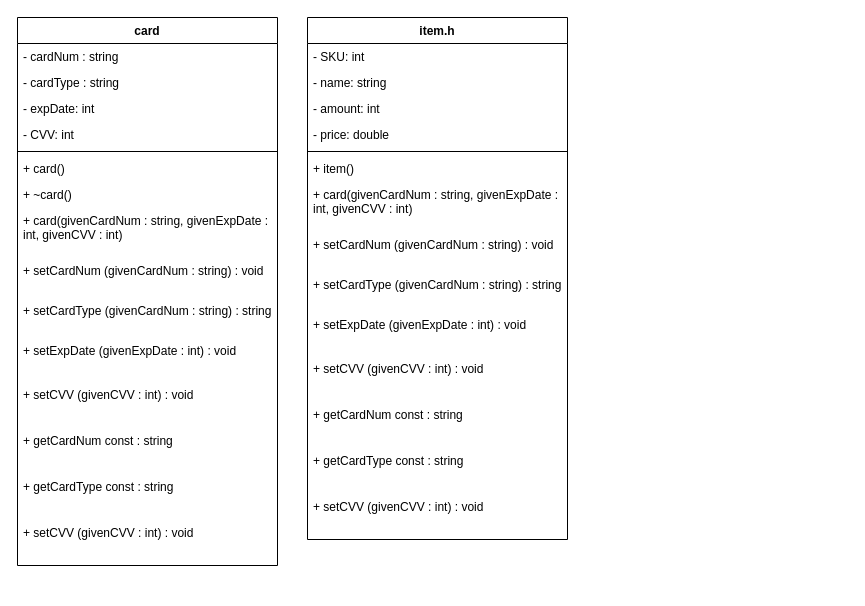
This is uml/main.drawio from evanvnguyen/ReceiptGenerator, a draw.io file, before an edit. Source tidied: cells renumbered, new cells numbered last; positions are measured from the earlier drawing's top-left corner, leaving out a move shared by most shapes. Both pictures are drawn from the tidied source at 100%, with x=0, y=0 at pixel (17, 17).
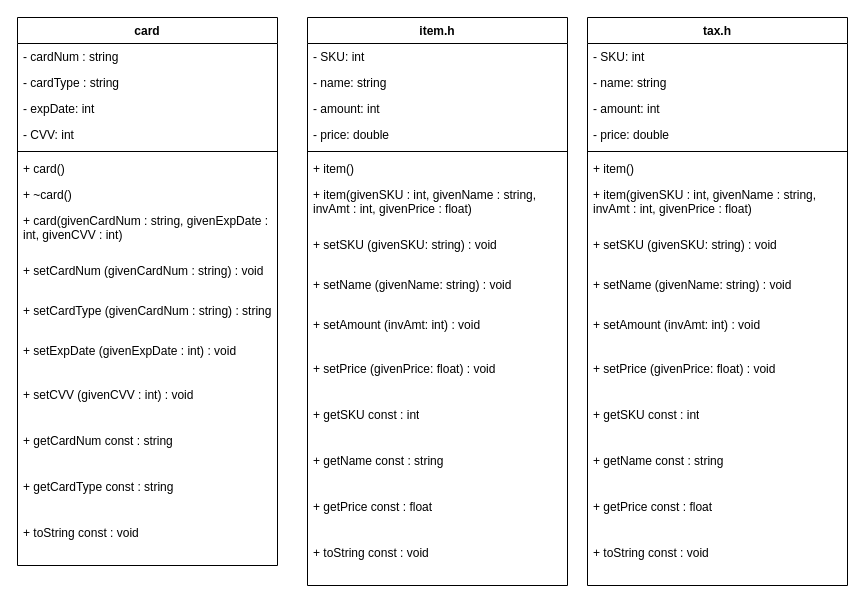
The same diagram, later.

The change refers to these unchanged cells:
```xml
<mxCell id="2" value="card" style="swimlane;fontStyle=1;align=center;verticalAlign=top;horizontal=1;startSize=26;" parent="1" vertex="1">
  <mxGeometry width="260" height="548" as="geometry" />
</mxCell>
```

Diff of the diagram source:
```diff
@@
-    <mxCell id="17" value="+ setCVV (givenCVV : int) : void" style="text;strokeColor=none;fillColor=none;align=left;verticalAlign=top;spacingLeft=4;spacingRight=4;overflow=hidden;whiteSpace=wrap;" parent="2" vertex="1">
+    <mxCell id="17" value="+ toString const : void" style="text;strokeColor=none;fillColor=none;align=left;verticalAlign=top;spacingLeft=4;spacingRight=4;overflow=hidden;whiteSpace=wrap;" parent="2" vertex="1">
       <mxGeometry y="502" width="260" height="46" as="geometry" />
     </mxCell>
     <mxCell id="18" value="item.h" style="swimlane;fontStyle=1;align=center;verticalAlign=top;horizontal=1;startSize=26;" parent="1" vertex="1">
-      <mxGeometry x="290" width="260" height="522" as="geometry" />
+      <mxGeometry x="290" width="260" height="568" as="geometry" />
     </mxCell>
@@
-    <mxCell id="25" value="+ card(givenCardNum : string, givenExpDate : int, givenCVV : int)" style="text;strokeColor=none;fillColor=none;align=left;verticalAlign=top;spacingLeft=4;spacingRight=4;overflow=hidden;whiteSpace=wrap;" parent="18" vertex="1">
+    <mxCell id="25" value="+ item(givenSKU : int, givenName : string, invAmt : int, givenPrice : float)" style="text;strokeColor=none;fillColor=none;align=left;verticalAlign=top;spacingLeft=4;spacingRight=4;overflow=hidden;whiteSpace=wrap;" parent="18" vertex="1">
       <mxGeometry y="164" width="260" height="50" as="geometry" />
     </mxCell>
-    <mxCell id="26" value="+ setCardNum (givenCardNum : string) : void" style="text;strokeColor=none;fillColor=none;align=left;verticalAlign=top;spacingLeft=4;spacingRight=4;overflow=hidden;whiteSpace=wrap;" parent="18" vertex="1">
+    <mxCell id="26" value="+ setSKU (givenSKU: string) : void" style="text;strokeColor=none;fillColor=none;align=left;verticalAlign=top;spacingLeft=4;spacingRight=4;overflow=hidden;whiteSpace=wrap;" parent="18" vertex="1">
       <mxGeometry y="214" width="260" height="40" as="geometry" />
     </mxCell>
-    <mxCell id="27" value="+ setCardType (givenCardNum : string) : string" style="text;strokeColor=none;fillColor=none;align=left;verticalAlign=top;spacingLeft=4;spacingRight=4;overflow=hidden;whiteSpace=wrap;" parent="18" vertex="1">
+    <mxCell id="27" value="+ setName (givenName: string) : void" style="text;strokeColor=none;fillColor=none;align=left;verticalAlign=top;spacingLeft=4;spacingRight=4;overflow=hidden;whiteSpace=wrap;" parent="18" vertex="1">
       <mxGeometry y="254" width="260" height="40" as="geometry" />
     </mxCell>
-    <mxCell id="28" value="+ setExpDate (givenExpDate : int) : void" style="text;strokeColor=none;fillColor=none;align=left;verticalAlign=top;spacingLeft=4;spacingRight=4;overflow=hidden;whiteSpace=wrap;" parent="18" vertex="1">
+    <mxCell id="28" value="+ setAmount (invAmt: int) : void" style="text;strokeColor=none;fillColor=none;align=left;verticalAlign=top;spacingLeft=4;spacingRight=4;overflow=hidden;whiteSpace=wrap;" parent="18" vertex="1">
       <mxGeometry y="294" width="260" height="44" as="geometry" />
     </mxCell>
-    <mxCell id="29" value="+ setCVV (givenCVV : int) : void" style="text;strokeColor=none;fillColor=none;align=left;verticalAlign=top;spacingLeft=4;spacingRight=4;overflow=hidden;whiteSpace=wrap;" parent="18" vertex="1">
+    <mxCell id="29" value="+ setPrice (givenPrice: float) : void" style="text;strokeColor=none;fillColor=none;align=left;verticalAlign=top;spacingLeft=4;spacingRight=4;overflow=hidden;whiteSpace=wrap;" parent="18" vertex="1">
       <mxGeometry y="338" width="260" height="46" as="geometry" />
     </mxCell>
-    <mxCell id="30" value="+ getCardNum const : string" style="text;strokeColor=none;fillColor=none;align=left;verticalAlign=top;spacingLeft=4;spacingRight=4;overflow=hidden;whiteSpace=wrap;" parent="18" vertex="1">
+    <mxCell id="30" value="+ getSKU const : int" style="text;strokeColor=none;fillColor=none;align=left;verticalAlign=top;spacingLeft=4;spacingRight=4;overflow=hidden;whiteSpace=wrap;" parent="18" vertex="1">
       <mxGeometry y="384" width="260" height="46" as="geometry" />
     </mxCell>
-    <mxCell id="31" value="+ getCardType const : string" style="text;strokeColor=none;fillColor=none;align=left;verticalAlign=top;spacingLeft=4;spacingRight=4;overflow=hidden;whiteSpace=wrap;" parent="18" vertex="1">
+    <mxCell id="31" value="+ getName const : string" style="text;strokeColor=none;fillColor=none;align=left;verticalAlign=top;spacingLeft=4;spacingRight=4;overflow=hidden;whiteSpace=wrap;" parent="18" vertex="1">
       <mxGeometry y="430" width="260" height="46" as="geometry" />
     </mxCell>
+    <mxCell id="33" value="+ getPrice const : float" style="text;strokeColor=none;fillColor=none;align=left;verticalAlign=top;spacingLeft=4;spacingRight=4;overflow=hidden;whiteSpace=wrap;" parent="18" vertex="1">
+      <mxGeometry y="476" width="260" height="46" as="geometry" />
+    </mxCell>
-    <mxCell id="32" value="+ setCVV (givenCVV : int) : void" style="text;strokeColor=none;fillColor=none;align=left;verticalAlign=top;spacingLeft=4;spacingRight=4;overflow=hidden;whiteSpace=wrap;" parent="18" vertex="1">
-      <mxGeometry y="476" width="260" height="46" as="geometry" />
+    <mxCell id="32" value="+ toString const : void" style="text;strokeColor=none;fillColor=none;align=left;verticalAlign=top;spacingLeft=4;spacingRight=4;overflow=hidden;whiteSpace=wrap;" parent="18" vertex="1">
+      <mxGeometry y="522" width="260" height="46" as="geometry" />
     </mxCell>
+    <mxCell id="34" value="tax.h" style="swimlane;fontStyle=1;align=center;verticalAlign=top;horizontal=1;startSize=26;" parent="1" vertex="1">
+      <mxGeometry x="570" width="260" height="568" as="geometry" />
+    </mxCell>
+    <mxCell id="35" value="- SKU: int" style="text;strokeColor=none;fillColor=none;align=left;verticalAlign=top;spacingLeft=4;spacingRight=4;overflow=hidden;" parent="34" vertex="1">
+      <mxGeometry y="26" width="260" height="26" as="geometry" />
+    </mxCell>
+    <mxCell id="36" value="- name: string" style="text;strokeColor=none;fillColor=none;align=left;verticalAlign=top;spacingLeft=4;spacingRight=4;overflow=hidden;" parent="34" vertex="1">
+      <mxGeometry y="52" width="260" height="26" as="geometry" />
+    </mxCell>
+    <mxCell id="37" value="- amount: int" style="text;strokeColor=none;fillColor=none;align=left;verticalAlign=top;spacingLeft=4;spacingRight=4;overflow=hidden;" parent="34" vertex="1">
+      <mxGeometry y="78" width="260" height="26" as="geometry" />
+    </mxCell>
+    <mxCell id="38" value="- price: double" style="text;strokeColor=none;fillColor=none;align=left;verticalAlign=top;spacingLeft=4;spacingRight=4;overflow=hidden;" parent="34" vertex="1">
+      <mxGeometry y="104" width="260" height="26" as="geometry" />
+    </mxCell>
+    <mxCell id="39" style="line;strokeWidth=1;fillColor=none;align=left;verticalAlign=middle;spacingTop=-1;spacingLeft=3;spacingRight=3;labelPosition=right;" parent="34" vertex="1">
+      <mxGeometry y="130" width="260" height="8" as="geometry" />
+    </mxCell>
+    <mxCell id="40" value="+ item()" style="text;strokeColor=none;fillColor=none;align=left;verticalAlign=top;spacingLeft=4;spacingRight=4;overflow=hidden;" parent="34" vertex="1">
+      <mxGeometry y="138" width="260" height="26" as="geometry" />
+    </mxCell>
+    <mxCell id="41" value="+ item(givenSKU : int, givenName : string, invAmt : int, givenPrice : float)" style="text;strokeColor=none;fillColor=none;align=left;verticalAlign=top;spacingLeft=4;spacingRight=4;overflow=hidden;whiteSpace=wrap;" parent="34" vertex="1">
+      <mxGeometry y="164" width="260" height="50" as="geometry" />
+    </mxCell>
+    <mxCell id="42" value="+ setSKU (givenSKU: string) : void" style="text;strokeColor=none;fillColor=none;align=left;verticalAlign=top;spacingLeft=4;spacingRight=4;overflow=hidden;whiteSpace=wrap;" parent="34" vertex="1">
+      <mxGeometry y="214" width="260" height="40" as="geometry" />
+    </mxCell>
+    <mxCell id="43" value="+ setName (givenName: string) : void" style="text;strokeColor=none;fillColor=none;align=left;verticalAlign=top;spacingLeft=4;spacingRight=4;overflow=hidden;whiteSpace=wrap;" parent="34" vertex="1">
+      <mxGeometry y="254" width="260" height="40" as="geometry" />
+    </mxCell>
+    <mxCell id="44" value="+ setAmount (invAmt: int) : void" style="text;strokeColor=none;fillColor=none;align=left;verticalAlign=top;spacingLeft=4;spacingRight=4;overflow=hidden;whiteSpace=wrap;" parent="34" vertex="1">
+      <mxGeometry y="294" width="260" height="44" as="geometry" />
+    </mxCell>
+    <mxCell id="45" value="+ setPrice (givenPrice: float) : void" style="text;strokeColor=none;fillColor=none;align=left;verticalAlign=top;spacingLeft=4;spacingRight=4;overflow=hidden;whiteSpace=wrap;" parent="34" vertex="1">
+      <mxGeometry y="338" width="260" height="46" as="geometry" />
+    </mxCell>
+    <mxCell id="46" value="+ getSKU const : int" style="text;strokeColor=none;fillColor=none;align=left;verticalAlign=top;spacingLeft=4;spacingRight=4;overflow=hidden;whiteSpace=wrap;" parent="34" vertex="1">
+      <mxGeometry y="384" width="260" height="46" as="geometry" />
+    </mxCell>
+    <mxCell id="47" value="+ getName const : string" style="text;strokeColor=none;fillColor=none;align=left;verticalAlign=top;spacingLeft=4;spacingRight=4;overflow=hidden;whiteSpace=wrap;" parent="34" vertex="1">
+      <mxGeometry y="430" width="260" height="46" as="geometry" />
+    </mxCell>
+    <mxCell id="48" value="+ getPrice const : float" style="text;strokeColor=none;fillColor=none;align=left;verticalAlign=top;spacingLeft=4;spacingRight=4;overflow=hidden;whiteSpace=wrap;" parent="34" vertex="1">
+      <mxGeometry y="476" width="260" height="46" as="geometry" />
+    </mxCell>
+    <mxCell id="49" value="+ toString const : void" style="text;strokeColor=none;fillColor=none;align=left;verticalAlign=top;spacingLeft=4;spacingRight=4;overflow=hidden;whiteSpace=wrap;" parent="34" vertex="1">
+      <mxGeometry y="522" width="260" height="46" as="geometry" />
+    </mxCell>
```
